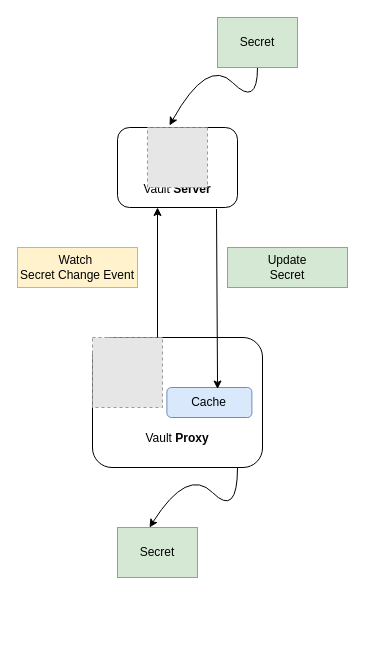
YanshanSong/draw.io keeps this draw.io diagram as vault-vault-proxy-static-secret-caching.drawio. Above is the earlier version. Source tidied: cells renumbered, new cells numbered last; positions are measured from the earlier drawing's top-left corner, leaving out a move shared by most shapes. Both pictures are drawn from the tidied source at 100%, with x=0, y=0 at pixel (17, 17). Pictures stored in the file or linked from it are replaced by grey dashed boxes.
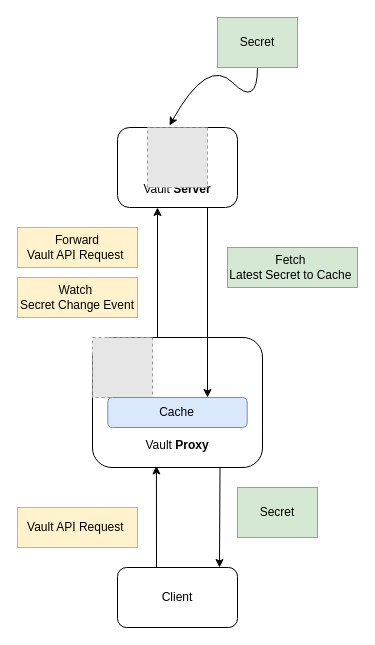
The same diagram, later.

Unchanged cells that the change refers to:
```xml
<mxCell id="3" value="&lt;br&gt;&lt;br&gt;&lt;div&gt;&lt;br&gt;&lt;/div&gt;&lt;div&gt;Vault &lt;b&gt;Server&lt;/b&gt;&lt;/div&gt;" style="rounded=1;whiteSpace=wrap;html=1;" parent="2" vertex="1">
  <mxGeometry width="120" height="80" as="geometry" />
</mxCell>
<mxCell id="5" style="group;" parent="1" vertex="1">
  <mxGeometry x="75" y="320" width="170" height="130" as="geometry" />
</mxCell>
```

Diff of the diagram source:
```diff
@@
-    <mxCell id="6" value="&lt;br&gt;&lt;br&gt;&lt;div&gt;&lt;br&gt;&lt;/div&gt;&lt;div&gt;&lt;br&gt;&lt;/div&gt;&lt;div&gt;&lt;br&gt;&lt;/div&gt;&lt;div&gt;Vault &lt;b&gt;Proxy&lt;/b&gt;&lt;/div&gt;" style="rounded=1;whiteSpace=wrap;html=1;" parent="5" vertex="1">
+    <mxCell id="6" value="&lt;br&gt;&lt;br&gt;&lt;div&gt;&lt;br&gt;&lt;/div&gt;&lt;div&gt;&lt;br&gt;&lt;/div&gt;&lt;div&gt;&lt;br&gt;&lt;/div&gt;&lt;div&gt;&lt;br&gt;&lt;/div&gt;&lt;div&gt;&lt;span style=&quot;background-color: initial;&quot;&gt;Vault &lt;/span&gt;&lt;b style=&quot;background-color: initial;&quot;&gt;Proxy&lt;/b&gt;&lt;br&gt;&lt;/div&gt;" style="rounded=1;whiteSpace=wrap;html=1;" parent="5" vertex="1">
       <mxGeometry width="170" height="130" as="geometry" />
     </mxCell>
     <mxCell id="7" style="fillColor=#E6E6E6;strokeColor=#999999;dashed=1;verticalLabelPosition=bottom;labelBackgroundColor=default;verticalAlign=top;" parent="5" vertex="1">
-      <mxGeometry width="70" height="70" as="geometry" />
+      <mxGeometry width="60" height="60" as="geometry" />
     </mxCell>
     <mxCell id="8" value="Cache" style="rounded=1;whiteSpace=wrap;html=1;fillColor=#dae8fc;strokeColor=#6c8ebf;" parent="5" vertex="1">
-      <mxGeometry x="74.4" y="50" width="85" height="30" as="geometry" />
+      <mxGeometry x="15.3" y="60" width="139.4" height="30" as="geometry" />
     </mxCell>
@@
-    <mxCell id="10" style="endArrow=classic;html=1;rounded=0;exitX=0.825;exitY=1.019;exitDx=0;exitDy=0;exitPerimeter=0;entryX=0.596;entryY=0.05;entryDx=0;entryDy=0;entryPerimeter=0;" parent="1" edge="1" source="3" target="8">
-      <mxGeometry relative="1" as="geometry" />
+    <mxCell id="10" style="endArrow=classic;html=1;rounded=0;exitX=0.75;exitY=1;exitDx=0;exitDy=0;" parent="1" edge="1" source="3">
+      <mxGeometry relative="1" as="geometry">
+        <mxPoint x="190" y="380" as="targetPoint" />
+      </mxGeometry>
     </mxCell>
     <mxCell id="11" value="Watch&lt;span style=&quot;background-color: initial;&quot;&gt;&amp;nbsp;&lt;/span&gt;&lt;div&gt;&lt;div&gt;Secret Change Event&lt;/div&gt;&lt;/div&gt;" style="text;html=1;align=center;verticalAlign=middle;whiteSpace=wrap;rounded=0;strokeColor=#d6b656;fillColor=#fff2cc;" parent="1" vertex="1">
-      <mxGeometry y="230" width="120" height="40" as="geometry" />
+      <mxGeometry y="260" width="120" height="40" as="geometry" />
     </mxCell>
@@
-    <mxCell id="14" value="&lt;div&gt;&lt;div&gt;Update&lt;/div&gt;&lt;div&gt;Secret&lt;/div&gt;&lt;/div&gt;" style="text;html=1;align=center;verticalAlign=middle;whiteSpace=wrap;rounded=0;strokeColor=#82b366;fillColor=#d5e8d4;" parent="1" vertex="1">
-      <mxGeometry x="210" y="230" width="120" height="40" as="geometry" />
+    <mxCell id="14" value="&lt;div&gt;&lt;div&gt;Fetch&amp;nbsp;&lt;/div&gt;&lt;div&gt;Latest Secret to Cache&amp;nbsp;&lt;/div&gt;&lt;/div&gt;" style="text;html=1;align=center;verticalAlign=middle;whiteSpace=wrap;rounded=0;strokeColor=#82b366;fillColor=#d5e8d4;" parent="1" vertex="1">
+      <mxGeometry x="210" y="230" width="130" height="40" as="geometry" />
     </mxCell>
-    <mxCell id="15" style="curved=1;endArrow=classic;html=1;rounded=0;entryX=0.5;entryY=0;entryDx=0;entryDy=0;" parent="1" edge="1">
-      <mxGeometry relative="1" as="geometry">
-        <mxPoint x="220" y="450" as="sourcePoint" />
-        <mxPoint x="132" y="510" as="targetPoint" />
-        <Array as="points">
-          <mxPoint x="220" y="500" />
-          <mxPoint x="170" y="450" />
-        </Array>
-      </mxGeometry>
-    </mxCell>
+    <mxCell id="17" value="&lt;span style=&quot;background-color: initial;&quot;&gt;Forward&lt;/span&gt;&lt;div&gt;&lt;div&gt;Vault API Request&amp;nbsp;&lt;/div&gt;&lt;/div&gt;" style="text;html=1;align=center;verticalAlign=middle;whiteSpace=wrap;rounded=0;strokeColor=#d6b656;fillColor=#fff2cc;" parent="1" vertex="1">
+      <mxGeometry y="210" width="120" height="40" as="geometry" />
+    </mxCell>
+    <mxCell id="18" value="Client" style="rounded=1;whiteSpace=wrap;html=1;" parent="1" vertex="1">
+      <mxGeometry x="100" y="550" width="120" height="60" as="geometry" />
+    </mxCell>
+    <mxCell id="19" style="endArrow=classic;html=1;rounded=0;entryX=0.376;entryY=0.988;entryDx=0;entryDy=0;entryPerimeter=0;" parent="1" edge="1" target="6">
+      <mxGeometry relative="1" as="geometry">
+        <mxPoint x="139" y="550" as="sourcePoint" />
+      </mxGeometry>
+    </mxCell>
+    <mxCell id="20" value="&lt;div&gt;&lt;div&gt;Vault API Request&amp;nbsp;&lt;/div&gt;&lt;/div&gt;" style="text;html=1;align=center;verticalAlign=middle;whiteSpace=wrap;rounded=0;strokeColor=#d6b656;fillColor=#fff2cc;" parent="1" vertex="1">
+      <mxGeometry y="490" width="120" height="40" as="geometry" />
+    </mxCell>
+    <mxCell id="21" style="endArrow=classic;html=1;rounded=0;exitX=0.75;exitY=1;exitDx=0;exitDy=0;" parent="1" edge="1" source="6">
+      <mxGeometry relative="1" as="geometry">
+        <mxPoint x="202" y="550" as="targetPoint" />
+      </mxGeometry>
+    </mxCell>
     <mxCell id="16" value="Secret" style="text;html=1;align=center;verticalAlign=middle;whiteSpace=wrap;rounded=0;strokeColor=#82b366;fillColor=#d5e8d4;" parent="1" vertex="1">
-      <mxGeometry x="100" y="510" width="80" height="50" as="geometry" />
+      <mxGeometry x="220" y="470" width="80" height="50" as="geometry" />
     </mxCell>
```
